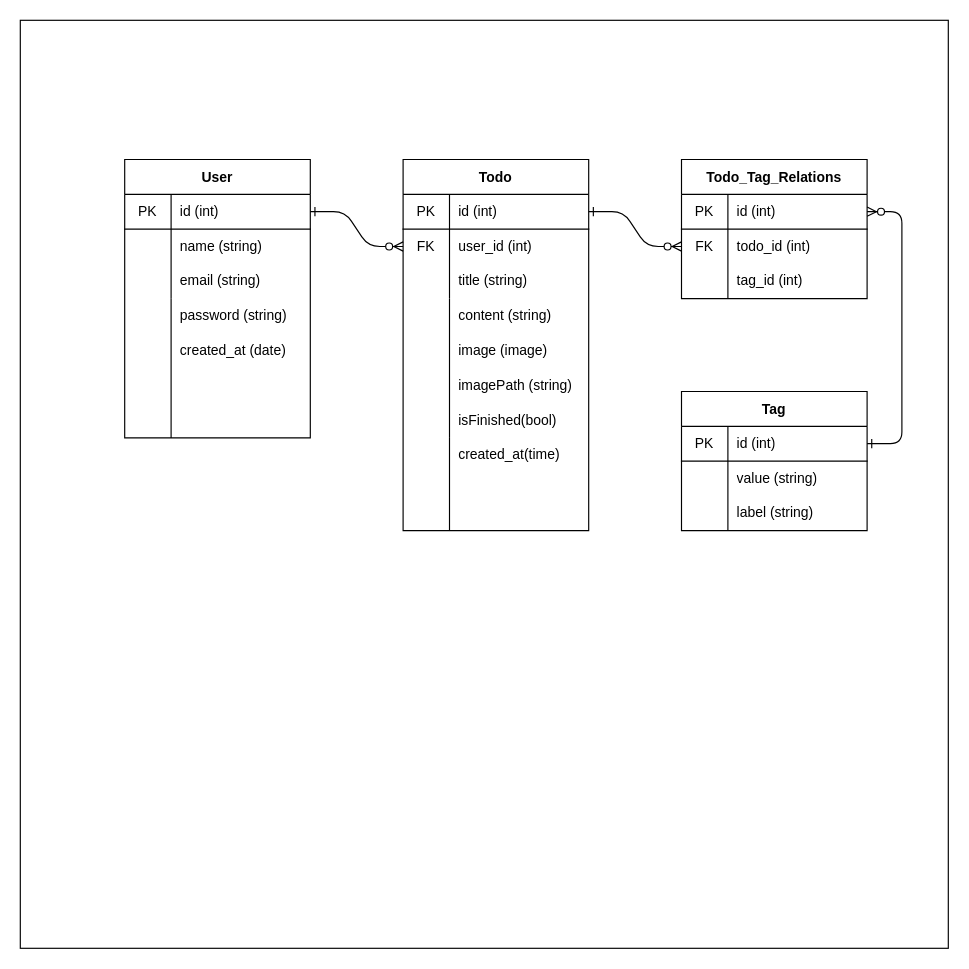
Earlier version of the draw.io diagram api/assets/dev/ModelDesign/ER.dio (kory-jp/react_golang_mux). Source tidied: cells renumbered, new cells numbered last; positions are measured from the earlier drawing's top-left corner, leaving out a move shared by most shapes. Both pictures are drawn from the tidied source at 116%, with x=0, y=0 at pixel (20, 20).
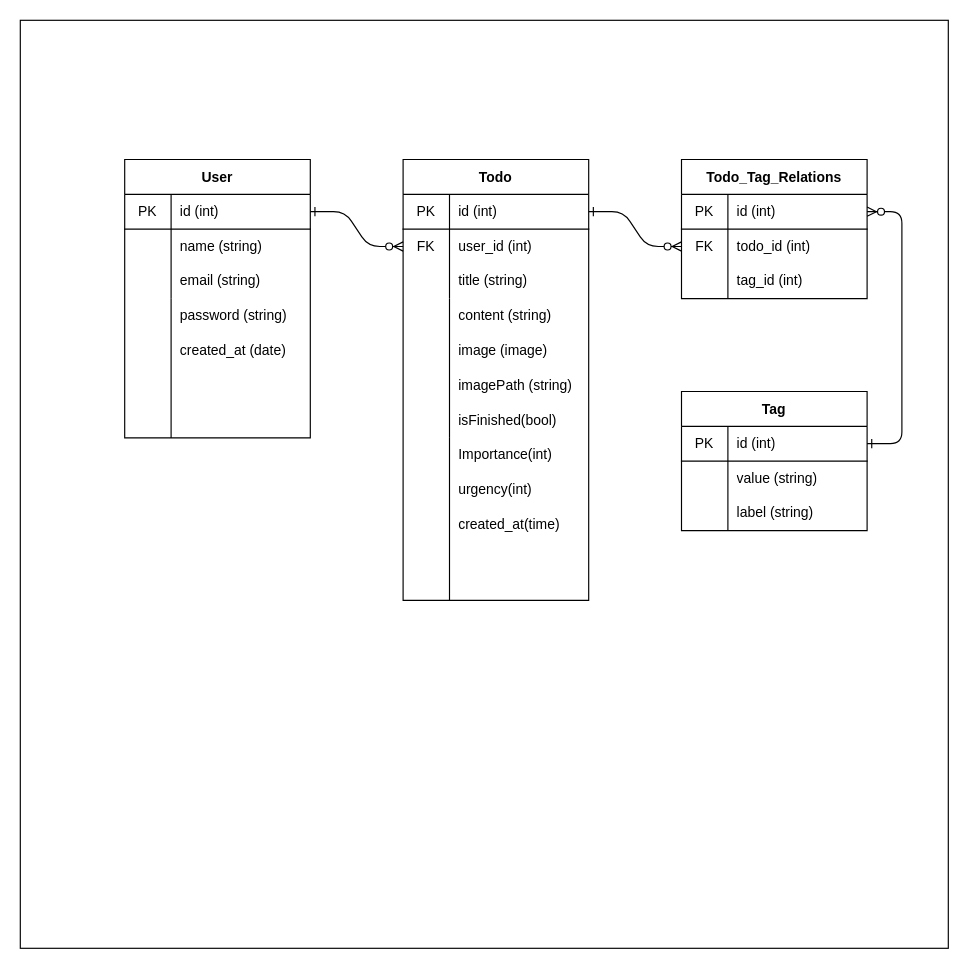
After the change.

Diff of the diagram source:
```diff
@@
     <mxCell id="18" value="Todo" style="shape=table;startSize=30;childLayout=tableLayout;rowLines=0;fontStyle=1;align=center;" parent="1" vertex="1">
-      <mxGeometry x="330" y="120" width="160" height="320" as="geometry" />
+      <mxGeometry x="330" y="120" width="160" height="380" as="geometry" />
     </mxCell>
@@
     <mxCell id="34" value="created_at(time)" style="shape=partialRectangle;html=1;whiteSpace=wrap;fillColor=none;top=0;left=0;bottom=0;right=0;align=left;spacingLeft=6;overflow=hidden;" parent="1" vertex="1">
-      <mxGeometry x="370" y="360" width="120" height="30" as="geometry" />
+      <mxGeometry x="370" y="420" width="120" height="30" as="geometry" />
     </mxCell>
@@
+    <mxCell id="58" value="Importance(int)" style="shape=partialRectangle;html=1;whiteSpace=wrap;fillColor=none;top=0;left=0;bottom=0;right=0;align=left;spacingLeft=6;overflow=hidden;" parent="1" vertex="1">
+      <mxGeometry x="370" y="360" width="120" height="30" as="geometry" />
+    </mxCell>
+    <mxCell id="59" value="urgency(int)" style="shape=partialRectangle;html=1;whiteSpace=wrap;fillColor=none;top=0;left=0;bottom=0;right=0;align=left;spacingLeft=6;overflow=hidden;" parent="1" vertex="1">
+      <mxGeometry x="370" y="390" width="120" height="30" as="geometry" />
+    </mxCell>
```
